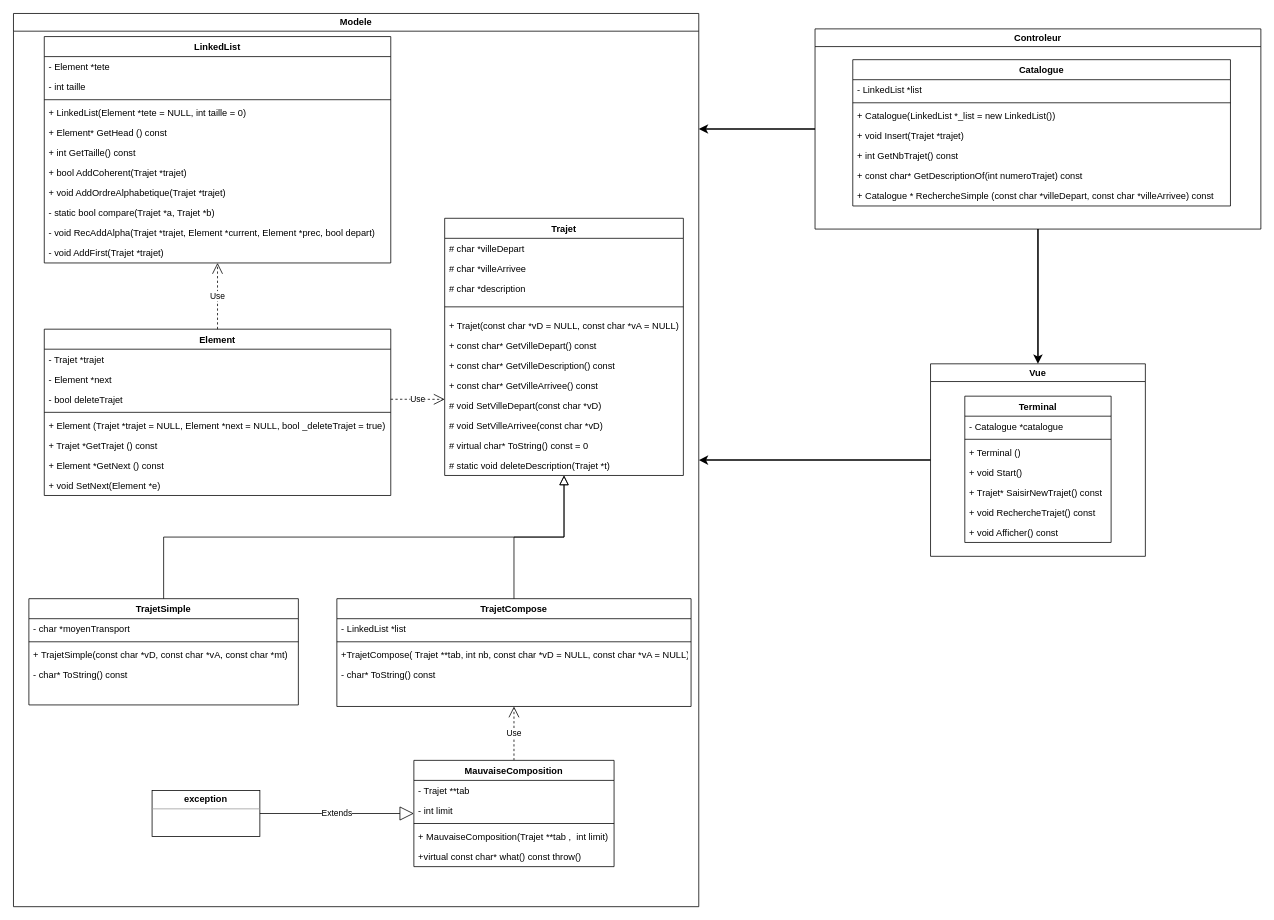
Above: CPP_TP1_UML.drawio in Arkpsss/CPP_TP2 (draw.io), before the change. Source tidied: cells renumbered, new cells numbered last; positions are measured from the earlier drawing's top-left corner, leaving out a move shared by most shapes. Both pictures are drawn from the tidied source at 77%, with x=0, y=0 at pixel (13, 13).
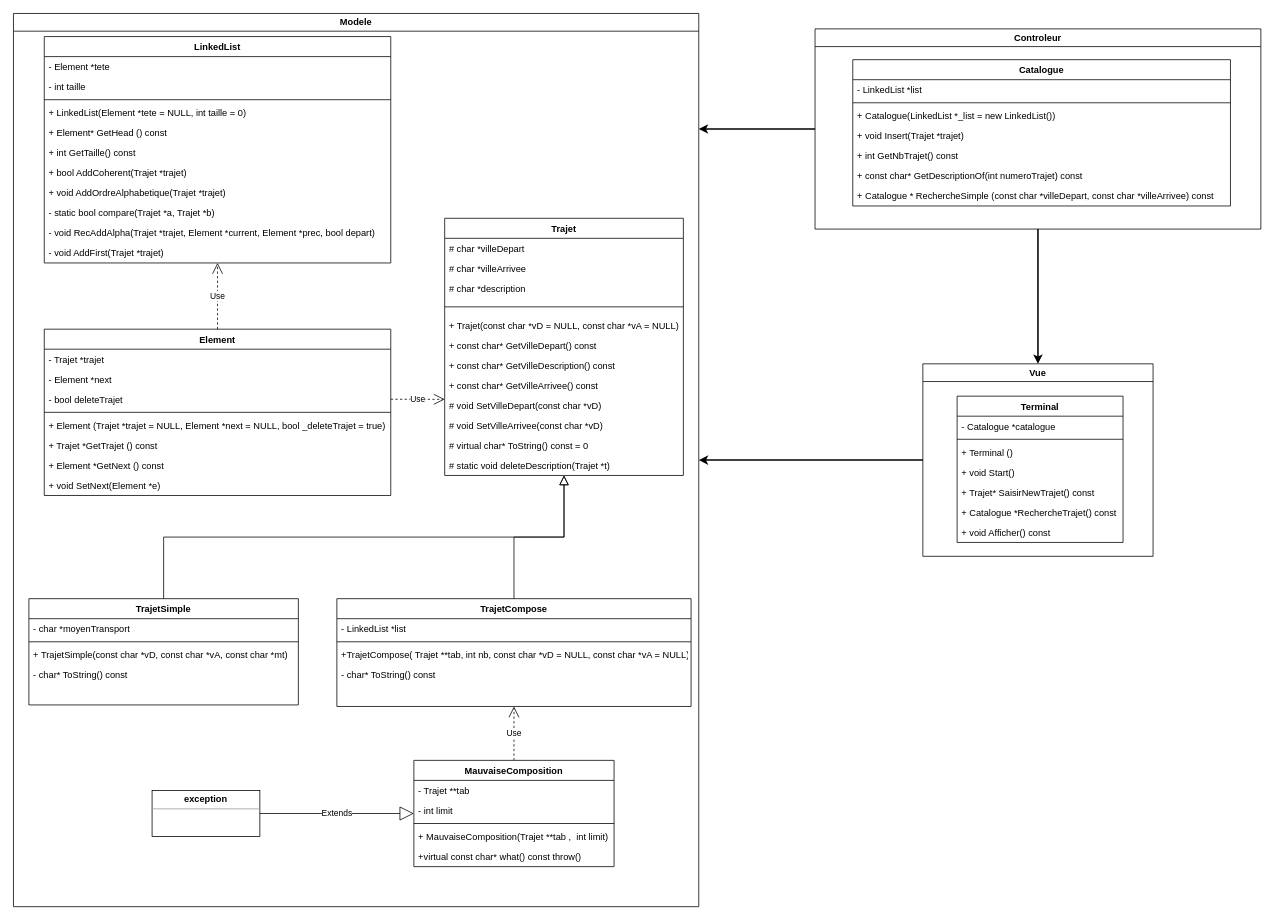
The same diagram, later.

Change to the diagram source:
```diff
@@
     <mxCell id="69" value="Vue" style="swimlane;whiteSpace=wrap;html=1;" parent="1" vertex="1">
-      <mxGeometry x="1191" y="455" width="279" height="250" as="geometry" />
+      <mxGeometry x="1181" y="455" width="299" height="250" as="geometry" />
     </mxCell>
     <mxCell id="70" value="Terminal" style="swimlane;fontStyle=1;align=center;verticalAlign=top;horizontal=1;startSize=26;" parent="69" vertex="1">
-      <mxGeometry x="44.5" y="42" width="190" height="190" as="geometry" />
+      <mxGeometry x="44.5" y="42" width="215.5" height="190" as="geometry" />
     </mxCell>
     <mxCell id="71" value="- Catalogue *catalogue" style="text;strokeColor=none;fillColor=none;align=left;verticalAlign=top;spacingLeft=4;spacingRight=4;overflow=hidden;" parent="70" vertex="1">
-      <mxGeometry y="26" width="190" height="26" as="geometry" />
+      <mxGeometry y="26" width="215.5" height="26" as="geometry" />
     </mxCell>
     <mxCell id="72" style="line;strokeWidth=1;fillColor=none;align=left;verticalAlign=middle;spacingTop=-1;spacingLeft=3;spacingRight=3;labelPosition=right;strokeColor=inherit;" parent="70" vertex="1">
-      <mxGeometry y="52" width="190" height="8" as="geometry" />
+      <mxGeometry y="52" width="215.5" height="8" as="geometry" />
     </mxCell>
     <mxCell id="73" value="+ Terminal ()" style="text;strokeColor=none;fillColor=none;align=left;verticalAlign=top;spacingLeft=4;spacingRight=4;overflow=hidden;" parent="70" vertex="1">
-      <mxGeometry y="60" width="190" height="26" as="geometry" />
+      <mxGeometry y="60" width="215.5" height="26" as="geometry" />
     </mxCell>
     <mxCell id="74" value="+ void Start() " style="text;strokeColor=none;fillColor=none;align=left;verticalAlign=top;spacingLeft=4;spacingRight=4;overflow=hidden;" parent="70" vertex="1">
-      <mxGeometry y="86" width="190" height="26" as="geometry" />
+      <mxGeometry y="86" width="215.5" height="26" as="geometry" />
     </mxCell>
     <mxCell id="75" value="+ Trajet* SaisirNewTrajet() const" style="text;strokeColor=none;fillColor=none;align=left;verticalAlign=top;spacingLeft=4;spacingRight=4;overflow=hidden;" parent="70" vertex="1">
-      <mxGeometry y="112" width="190" height="26" as="geometry" />
+      <mxGeometry y="112" width="215.5" height="26" as="geometry" />
     </mxCell>
-    <mxCell id="76" value="+ void RechercheTrajet() const" style="text;strokeColor=none;fillColor=none;align=left;verticalAlign=top;spacingLeft=4;spacingRight=4;overflow=hidden;" parent="70" vertex="1">
-      <mxGeometry y="138" width="190" height="26" as="geometry" />
+    <mxCell id="76" value="+ Catalogue *RechercheTrajet() const" style="text;strokeColor=none;fillColor=none;align=left;verticalAlign=top;spacingLeft=4;spacingRight=4;overflow=hidden;" parent="70" vertex="1">
+      <mxGeometry y="138" width="215.5" height="26" as="geometry" />
     </mxCell>
     <mxCell id="77" value="+ void Afficher() const" style="text;strokeColor=none;fillColor=none;align=left;verticalAlign=top;spacingLeft=4;spacingRight=4;overflow=hidden;" parent="70" vertex="1">
-      <mxGeometry y="164" width="190" height="26" as="geometry" />
+      <mxGeometry y="164" width="215.5" height="26" as="geometry" />
     </mxCell>
```
